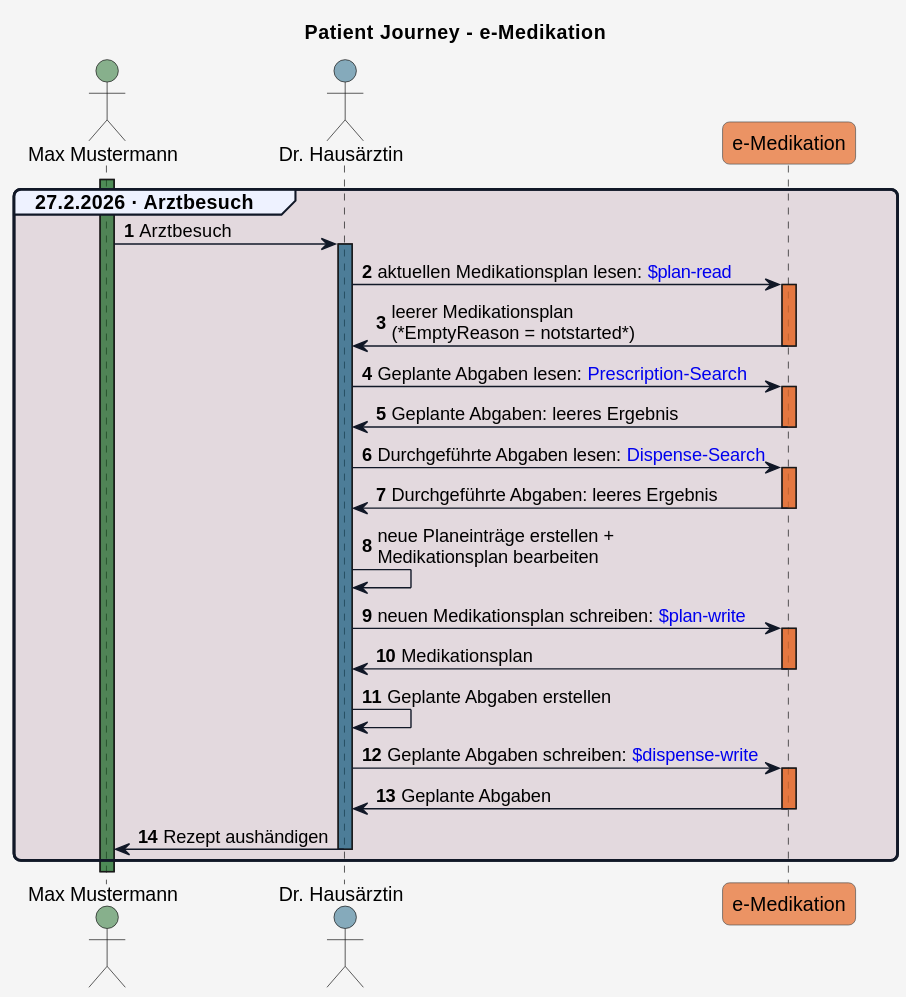
The PlantUML diagram input/images/plantuml/patient_journey_01.svg in HL7Austria/ELGA-e-Medikation-R4, before a commit.
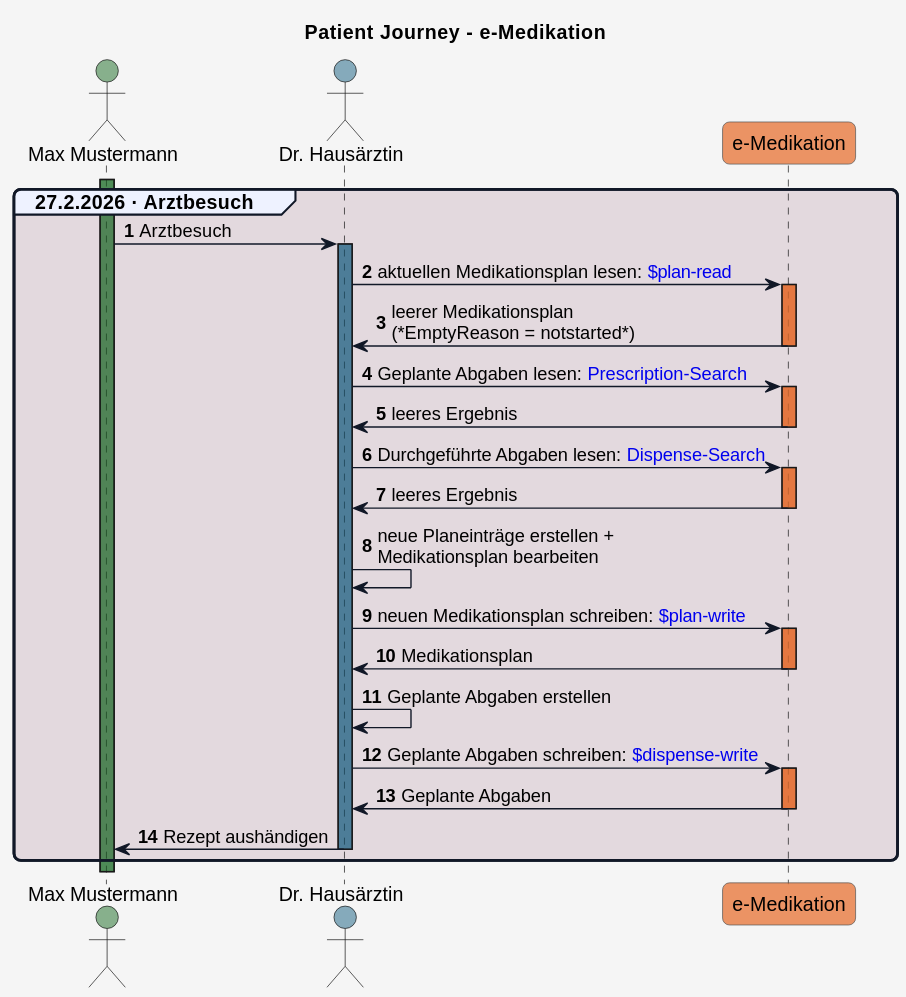
After the commit.

Diff of the diagram source:
```diff
@@ -75,11 +75,11 @@
   deactivate eMed_FA
   Arzt_1 -> eMed_FA: Geplante Abgaben lesen: [[Sub_UC_eMed_03.html#sub_uc_emed_03_01---geplante-abgaben-lesen-prescription-search Prescription-Search]]
   activate eMed_FA COLOR_EMED_FA
-  eMed_FA -> Arzt_1: Geplante Abgaben: leeres Ergebnis
+  eMed_FA -> Arzt_1: leeres Ergebnis
   deactivate eMed_FA
   Arzt_1 -> eMed_FA: Durchgeführte Abgaben lesen: [[Sub_UC_eMed_03.html#sub_uc_emed_03_02---durchgeführte-abgaben-lesen-dispense-search Dispense-Search]]
   activate eMed_FA COLOR_EMED_FA
-  eMed_FA -> Arzt_1: Durchgeführte Abgaben: leeres Ergebnis
+  eMed_FA -> Arzt_1: leeres Ergebnis
   deactivate eMed_FA
 
   Arzt_1 -> Arzt_1: neue Planeinträge erstellen +\nMedikationsplan bearbeiten
```
